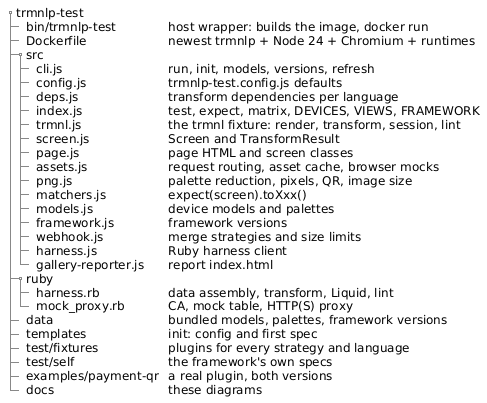
Above: docs/structure.png in ExcuseMi/trmnlp-test (PlantUML), before the change.
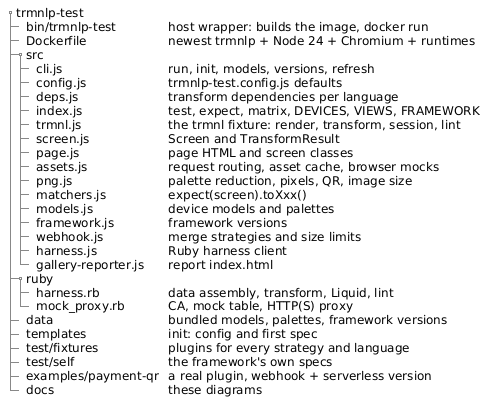
After the change.

Change to the diagram source:
```diff
@@ -27,7 +27,7 @@
 ++ templates | init: config and first spec
 ++ test/fixtures | plugins for every strategy and language
 ++ test/self | the framework's own specs
-++ examples/payment-qr | a real plugin, both versions
+++ examples/payment-qr | a real plugin, webhook + serverless version
 ++ docs | these diagrams
 }
 }
```
